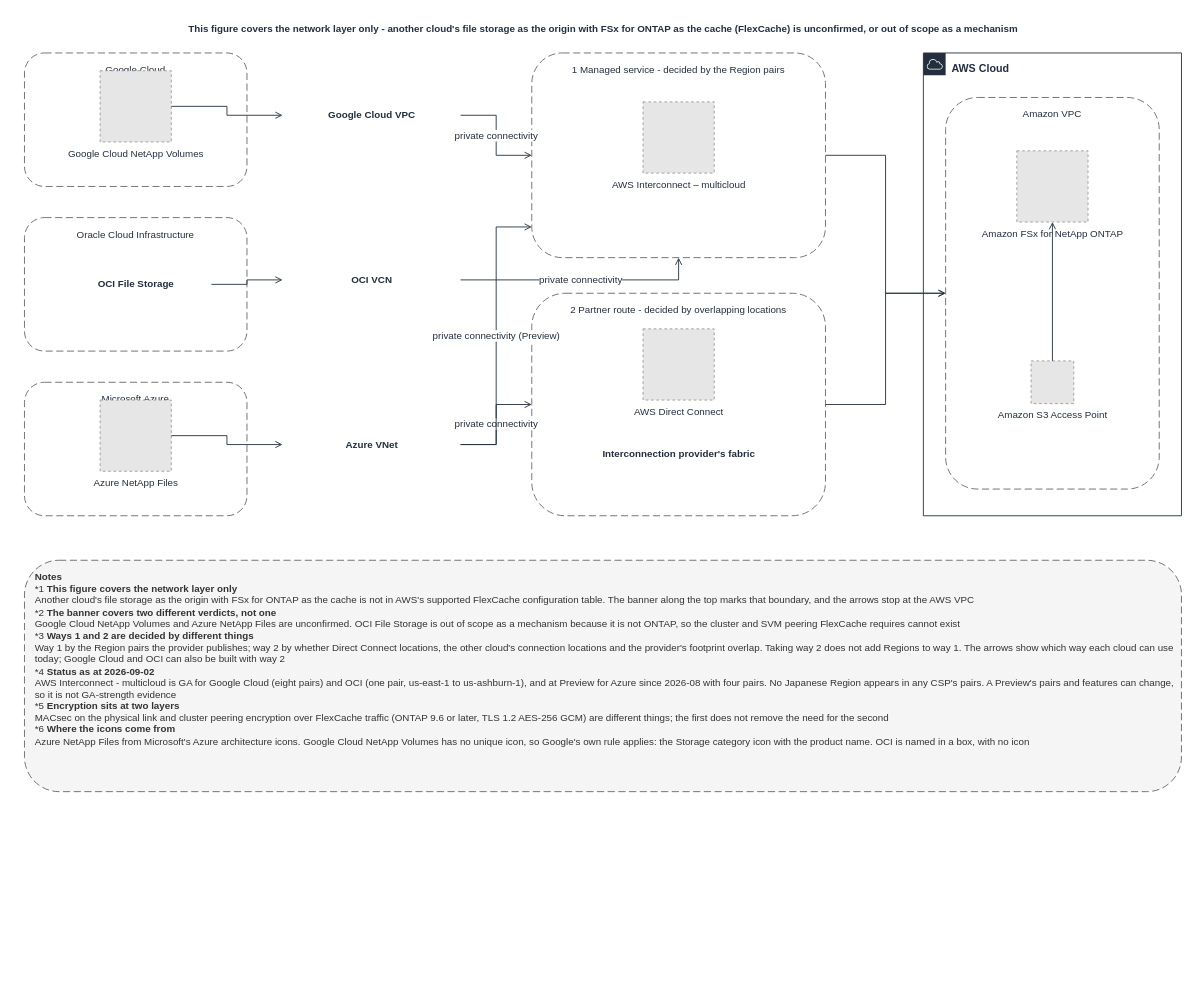
This is docs/_assets/diagrams/s3burst-cross-cloud-connectivity-en.drawio from Yoshiki0705/S3-Burst-on-ONTAP-Files, a draw.io file, before an edit. Source tidied: cells renumbered, new cells numbered last; positions are measured from the earlier drawing's top-left corner, leaving out a move shared by most shapes. Both pictures are drawn from the tidied source at 89%, with x=0, y=0 at pixel (24, 15). Pictures stored in the file or linked from it are replaced by grey dashed boxes.
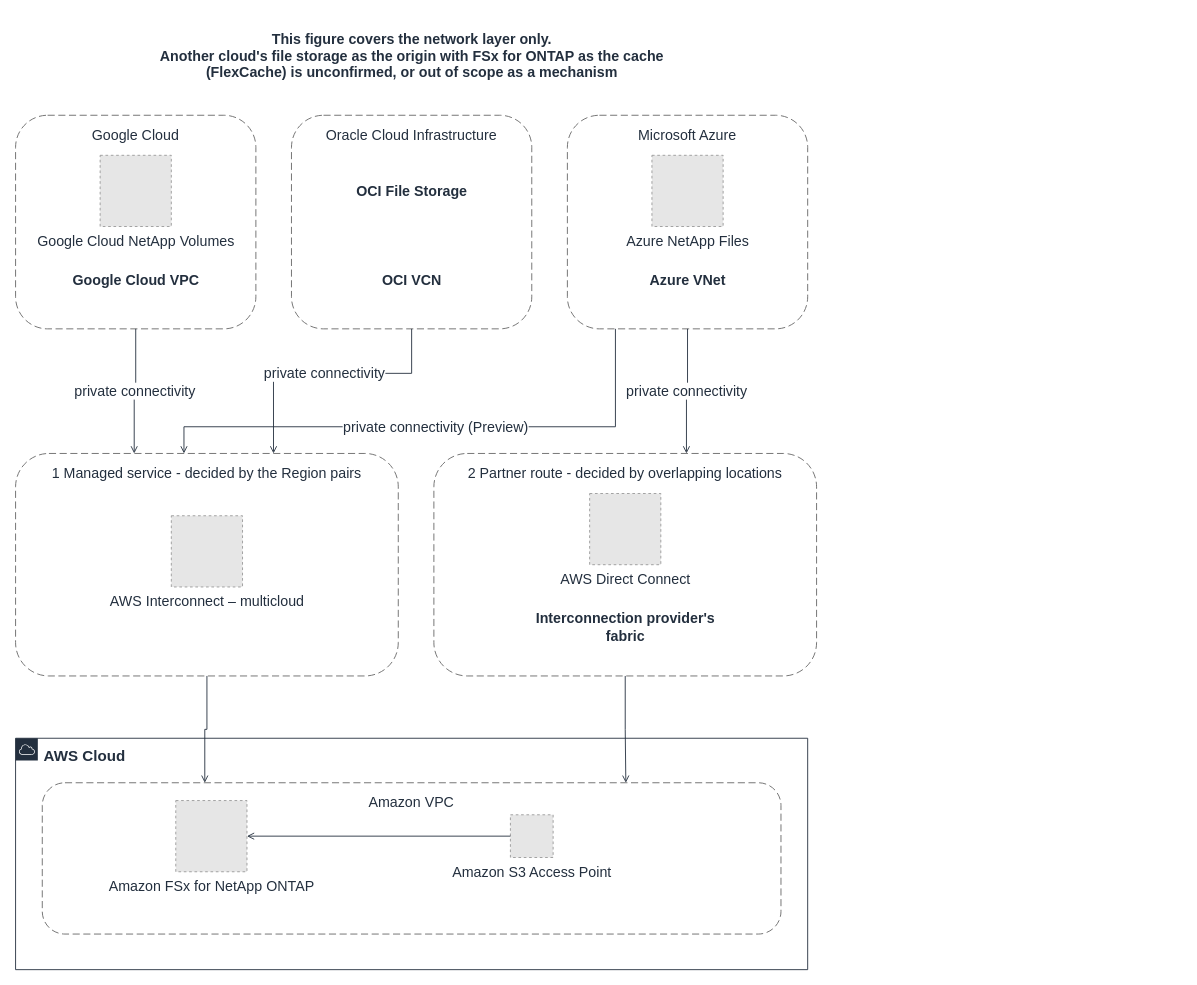
After the change.

The edit, as a diff of the source:
```diff
@@
-    <mxCell id="2" value="AWS Cloud" style="gradientColor=none;html=1;whiteSpace=wrap;fontSize=12;fontStyle=1;fontColor=#232F3E;shape=mxgraph.aws4.group;grIcon=mxgraph.aws4.group_aws_cloud;strokeColor=#232F3E;fillColor=none;verticalAlign=top;align=left;spacingLeft=30;spacingTop=4;dashed=0;" parent="1" vertex="1">
-      <mxGeometry x="1010" y="42" width="290" height="520" as="geometry" />
+    <mxCell id="2" value="AWS Cloud" style="gradientColor=none;html=1;whiteSpace=wrap;fontSize=17;fontStyle=1;fontColor=#232F3E;shape=mxgraph.aws4.group;grIcon=mxgraph.aws4.group_aws_cloud;strokeColor=#232F3E;fillColor=none;verticalAlign=top;align=left;spacingLeft=30;spacingTop=4;dashed=0;" parent="1" vertex="1">
+      <mxGeometry x="-10" y="812" width="890" height="260" as="geometry" />
     </mxCell>
-    <mxCell id="3" value="Google Cloud" style="rounded=1;whiteSpace=wrap;html=1;dashed=1;dashPattern=8 4;strokeColor=#666666;fillColor=none;fontColor=#232F3E;fontSize=11;verticalAlign=top;align=center;spacingTop=6;" parent="1" vertex="1">
-      <mxGeometry y="42" width="250" height="150" as="geometry" />
+    <mxCell id="3" value="Google Cloud" style="rounded=1;whiteSpace=wrap;html=1;dashed=1;dashPattern=8 4;strokeColor=#666666;fillColor=none;fontColor=#232F3E;fontSize=16;verticalAlign=top;align=center;spacingTop=6;" parent="1" vertex="1">
+      <mxGeometry x="-10" y="112" width="270" height="240" as="geometry" />
     </mxCell>
-    <mxCell id="4" value="Oracle Cloud Infrastructure" style="rounded=1;whiteSpace=wrap;html=1;dashed=1;dashPattern=8 4;strokeColor=#666666;fillColor=none;fontColor=#232F3E;fontSize=11;verticalAlign=top;align=center;spacingTop=6;" parent="1" vertex="1">
-      <mxGeometry y="227" width="250" height="150" as="geometry" />
+    <mxCell id="4" value="Oracle Cloud Infrastructure" style="rounded=1;whiteSpace=wrap;html=1;dashed=1;dashPattern=8 4;strokeColor=#666666;fillColor=none;fontColor=#232F3E;fontSize=16;verticalAlign=top;align=center;spacingTop=6;" parent="1" vertex="1">
+      <mxGeometry x="300" y="112" width="270" height="240" as="geometry" />
     </mxCell>
-    <mxCell id="5" value="Microsoft Azure" style="rounded=1;whiteSpace=wrap;html=1;dashed=1;dashPattern=8 4;strokeColor=#666666;fillColor=none;fontColor=#232F3E;fontSize=11;verticalAlign=top;align=center;spacingTop=6;" parent="1" vertex="1">
-      <mxGeometry y="412" width="250" height="150" as="geometry" />
+    <mxCell id="5" value="Microsoft Azure" style="rounded=1;whiteSpace=wrap;html=1;dashed=1;dashPattern=8 4;strokeColor=#666666;fillColor=none;fontColor=#232F3E;fontSize=16;verticalAlign=top;align=center;spacingTop=6;" parent="1" vertex="1">
+      <mxGeometry x="610" y="112" width="270" height="240" as="geometry" />
     </mxCell>
-    <mxCell id="6" value="1 Managed service - decided by the Region pairs" style="rounded=1;whiteSpace=wrap;html=1;dashed=1;dashPattern=8 4;strokeColor=#666666;fillColor=none;fontColor=#232F3E;fontSize=11;verticalAlign=top;align=center;spacingTop=6;" parent="1" vertex="1">
-      <mxGeometry x="570" y="42" width="330" height="230" as="geometry" />
+    <mxCell id="6" value="1 Managed service - decided by the Region pairs" style="rounded=1;whiteSpace=wrap;html=1;dashed=1;dashPattern=8 4;strokeColor=#666666;fillColor=none;fontColor=#232F3E;fontSize=16;verticalAlign=top;align=center;spacingTop=6;" parent="1" vertex="1">
+      <mxGeometry x="-10" y="492" width="430" height="250" as="geometry" />
     </mxCell>
-    <mxCell id="7" value="2 Partner route - decided by overlapping locations" style="rounded=1;whiteSpace=wrap;html=1;dashed=1;dashPattern=8 4;strokeColor=#666666;fillColor=none;fontColor=#232F3E;fontSize=11;verticalAlign=top;align=center;spacingTop=6;" parent="1" vertex="1">
-      <mxGeometry x="570" y="312" width="330" height="250" as="geometry" />
+    <mxCell id="7" value="2 Partner route - decided by overlapping locations" style="rounded=1;whiteSpace=wrap;html=1;dashed=1;dashPattern=8 4;strokeColor=#666666;fillColor=none;fontColor=#232F3E;fontSize=16;verticalAlign=top;align=center;spacingTop=6;" parent="1" vertex="1">
+      <mxGeometry x="460" y="492" width="430" height="250" as="geometry" />
     </mxCell>
-    <mxCell id="8" value="Amazon VPC" style="rounded=1;whiteSpace=wrap;html=1;dashed=1;dashPattern=8 4;strokeColor=#666666;fillColor=none;fontColor=#232F3E;fontSize=11;verticalAlign=top;align=center;spacingTop=6;" parent="1" vertex="1">
-      <mxGeometry x="1035" y="92" width="240" height="440" as="geometry" />
+    <mxCell id="8" value="Amazon VPC" style="rounded=1;whiteSpace=wrap;html=1;dashed=1;dashPattern=8 4;strokeColor=#666666;fillColor=none;fontColor=#232F3E;fontSize=16;verticalAlign=top;align=center;spacingTop=6;" parent="1" vertex="1">
+      <mxGeometry x="20" y="862" width="830" height="170" as="geometry" />
     </mxCell>
-    <mxCell id="9" value="OCI File Storage" style="text;html=1;strokeColor=none;fillColor=none;align=center;verticalAlign=middle;fontSize=11;fontStyle=1;fontColor=#232F3E;" parent="1" vertex="1">
-      <mxGeometry x="40" y="287" width="170" height="30" as="geometry" />
+    <mxCell id="9" value="OCI File Storage" style="text;html=1;strokeColor=none;fillColor=none;align=center;verticalAlign=middle;fontSize=16;fontStyle=1;fontColor=#232F3E;" parent="1" vertex="1">
+      <mxGeometry x="330" y="182" width="210" height="30" as="geometry" />
     </mxCell>
-    <mxCell id="10" value="Google Cloud VPC" style="text;html=1;strokeColor=none;fillColor=none;align=center;verticalAlign=middle;fontSize=11;fontStyle=1;fontColor=#232F3E;" parent="1" vertex="1">
-      <mxGeometry x="290" y="102" width="200" height="20" as="geometry" />
+    <mxCell id="10" value="Google Cloud VPC" style="text;html=1;strokeColor=none;fillColor=none;align=center;verticalAlign=middle;fontSize=16;fontStyle=1;fontColor=#232F3E;" parent="1" vertex="1">
+      <mxGeometry x="5" y="287" width="240" height="20" as="geometry" />
     </mxCell>
-    <mxCell id="11" value="OCI VCN" style="text;html=1;strokeColor=none;fillColor=none;align=center;verticalAlign=middle;fontSize=11;fontStyle=1;fontColor=#232F3E;" parent="1" vertex="1">
-      <mxGeometry x="290" y="287" width="200" height="20" as="geometry" />
+    <mxCell id="11" value="OCI VCN" style="text;html=1;strokeColor=none;fillColor=none;align=center;verticalAlign=middle;fontSize=16;fontStyle=1;fontColor=#232F3E;" parent="1" vertex="1">
+      <mxGeometry x="315" y="287" width="240" height="20" as="geometry" />
     </mxCell>
-    <mxCell id="12" value="Azure VNet" style="text;html=1;strokeColor=none;fillColor=none;align=center;verticalAlign=middle;fontSize=11;fontStyle=1;fontColor=#232F3E;" parent="1" vertex="1">
-      <mxGeometry x="290" y="472" width="200" height="20" as="geometry" />
+    <mxCell id="12" value="Azure VNet" style="text;html=1;strokeColor=none;fillColor=none;align=center;verticalAlign=middle;fontSize=16;fontStyle=1;fontColor=#232F3E;" parent="1" vertex="1">
+      <mxGeometry x="625" y="287" width="240" height="20" as="geometry" />
     </mxCell>
-    <mxCell id="13" value="Interconnection provider's fabric" style="text;html=1;strokeColor=none;fillColor=none;align=center;verticalAlign=middle;fontSize=11;fontStyle=1;fontColor=#232F3E;" parent="1" vertex="1">
-      <mxGeometry x="595" y="472" width="280" height="40" as="geometry" />
+    <mxCell id="13" value="Interconnection provider's&lt;br&gt;fabric" style="text;html=1;strokeColor=none;fillColor=none;align=center;verticalAlign=middle;fontSize=16;fontStyle=1;fontColor=#232F3E;" parent="1" vertex="1">
+      <mxGeometry x="505" y="662" width="340" height="50" as="geometry" />
     </mxCell>
-    <mxCell id="14" value="This figure covers the network layer only - another cloud's file storage as the origin with FSx for ONTAP as the cache (FlexCache) is unconfirmed, or out of scope as a mechanism" style="text;html=1;strokeColor=none;fillColor=none;align=center;verticalAlign=middle;fontSize=11;fontStyle=1;fontColor=#232F3E;" parent="1" vertex="1">
-      <mxGeometry width="1300" height="30" as="geometry" />
+    <mxCell id="14" value="This figure covers the network layer only.&lt;br&gt;Another cloud's file storage as the origin with FSx for ONTAP as the cache&lt;br&gt;(FlexCache) is unconfirmed, or out of scope as a mechanism" style="text;html=1;strokeColor=none;fillColor=none;align=center;verticalAlign=middle;fontSize=16;fontStyle=1;fontColor=#232F3E;" parent="1" vertex="1">
+      <mxGeometry x="-10" width="890" height="90" as="geometry" />
     </mxCell>
-    <mxCell id="15" value="Google Cloud NetApp Volumes" style="fillColor=#E6E6E6;strokeColor=#999999;dashed=1;html=1;verticalLabelPosition=bottom;verticalAlign=top;labelPosition=center;align=center;fontSize=11;fontColor=#232F3E;" parent="1" vertex="1">
-      <mxGeometry x="85" y="62" width="80" height="80" as="geometry" />
+    <mxCell id="15" value="Google Cloud NetApp Volumes" style="fillColor=#E6E6E6;strokeColor=#999999;dashed=1;html=1;verticalLabelPosition=bottom;verticalAlign=top;labelPosition=center;align=center;fontSize=16;fontColor=#232F3E;" parent="1" vertex="1">
+      <mxGeometry x="85" y="157" width="80" height="80" as="geometry" />
     </mxCell>
-    <mxCell id="16" value="Azure NetApp Files" style="fillColor=#E6E6E6;strokeColor=#999999;dashed=1;html=1;verticalLabelPosition=bottom;verticalAlign=top;labelPosition=center;align=center;fontSize=11;fontColor=#232F3E;" parent="1" vertex="1">
-      <mxGeometry x="85" y="432" width="80" height="80" as="geometry" />
+    <mxCell id="16" value="Azure NetApp Files" style="fillColor=#E6E6E6;strokeColor=#999999;dashed=1;html=1;verticalLabelPosition=bottom;verticalAlign=top;labelPosition=center;align=center;fontSize=16;fontColor=#232F3E;" parent="1" vertex="1">
+      <mxGeometry x="705" y="157" width="80" height="80" as="geometry" />
     </mxCell>
-    <mxCell id="17" value="AWS Interconnect – multicloud" style="fillColor=#E6E6E6;strokeColor=#999999;dashed=1;html=1;verticalLabelPosition=bottom;verticalAlign=top;labelPosition=center;align=center;fontSize=11;fontColor=#232F3E;" parent="1" vertex="1">
-      <mxGeometry x="695" y="97" width="80" height="80" as="geometry" />
+    <mxCell id="17" value="AWS Interconnect – multicloud" style="fillColor=#E6E6E6;strokeColor=#999999;dashed=1;html=1;verticalLabelPosition=bottom;verticalAlign=top;labelPosition=center;align=center;fontSize=16;fontColor=#232F3E;" parent="1" vertex="1">
+      <mxGeometry x="165" y="562" width="80" height="80" as="geometry" />
     </mxCell>
-    <mxCell id="18" value="AWS Direct Connect" style="fillColor=#E6E6E6;strokeColor=#999999;dashed=1;html=1;verticalLabelPosition=bottom;verticalAlign=top;labelPosition=center;align=center;fontSize=11;fontColor=#232F3E;" parent="1" vertex="1">
-      <mxGeometry x="695" y="352" width="80" height="80" as="geometry" />
+    <mxCell id="18" value="AWS Direct Connect" style="fillColor=#E6E6E6;strokeColor=#999999;dashed=1;html=1;verticalLabelPosition=bottom;verticalAlign=top;labelPosition=center;align=center;fontSize=16;fontColor=#232F3E;" parent="1" vertex="1">
+      <mxGeometry x="635" y="537" width="80" height="80" as="geometry" />
     </mxCell>
-    <mxCell id="19" value="Amazon FSx for NetApp ONTAP" style="fillColor=#E6E6E6;strokeColor=#999999;dashed=1;html=1;verticalLabelPosition=bottom;verticalAlign=top;labelPosition=center;align=center;fontSize=11;fontColor=#232F3E;" parent="1" vertex="1">
-      <mxGeometry x="1115" y="152" width="80" height="80" as="geometry" />
+    <mxCell id="19" value="Amazon FSx for NetApp ONTAP" style="fillColor=#E6E6E6;strokeColor=#999999;dashed=1;html=1;verticalLabelPosition=bottom;verticalAlign=top;labelPosition=center;align=center;fontSize=16;fontColor=#232F3E;" parent="1" vertex="1">
+      <mxGeometry x="170" y="882" width="80" height="80" as="geometry" />
     </mxCell>
-    <mxCell id="20" value="Amazon S3 Access Point" style="fillColor=#E6E6E6;strokeColor=#999999;dashed=1;html=1;verticalLabelPosition=bottom;verticalAlign=top;labelPosition=center;align=center;fontSize=11;fontColor=#232F3E;" parent="1" vertex="1">
-      <mxGeometry x="1131" y="388" width="48" height="48" as="geometry" />
+    <mxCell id="20" value="Amazon S3 Access Point" style="fillColor=#E6E6E6;strokeColor=#999999;dashed=1;html=1;verticalLabelPosition=bottom;verticalAlign=top;labelPosition=center;align=center;fontSize=16;fontColor=#232F3E;" parent="1" vertex="1">
+      <mxGeometry x="546" y="898" width="48" height="48" as="geometry" />
     </mxCell>
-    <mxCell id="21" style="edgeStyle=orthogonalEdgeStyle;rounded=0;html=1;endArrow=open;endFill=0;strokeColor=#232F3E;strokeWidth=1;fontSize=11;fontColor=#232F3E;" parent="1" edge="1" source="15" target="10">
-      <mxGeometry relative="1" as="geometry" />
-    </mxCell>
-    <mxCell id="22" style="edgeStyle=orthogonalEdgeStyle;rounded=0;html=1;endArrow=open;endFill=0;strokeColor=#232F3E;strokeWidth=1;fontSize=11;fontColor=#232F3E;" parent="1" edge="1" source="16" target="12">
-      <mxGeometry relative="1" as="geometry" />
-    </mxCell>
-    <mxCell id="23" style="edgeStyle=orthogonalEdgeStyle;rounded=0;html=1;endArrow=open;endFill=0;strokeColor=#232F3E;strokeWidth=1;fontSize=11;fontColor=#232F3E;" parent="1" edge="1" source="9" target="11">
-      <mxGeometry relative="1" as="geometry" />
-    </mxCell>
-    <mxCell id="24" value="private connectivity" style="edgeStyle=orthogonalEdgeStyle;rounded=0;html=1;endArrow=open;endFill=0;strokeColor=#232F3E;strokeWidth=1;fontSize=11;fontColor=#232F3E;" parent="1" edge="1" source="10" target="6">
+    <mxCell id="24" value="private connectivity" style="edgeStyle=orthogonalEdgeStyle;rounded=0;html=1;endArrow=open;endFill=0;strokeColor=#232F3E;strokeWidth=1;fontSize=16;fontColor=#232F3E;exitX=0.5;exitY=1;exitDx=0;exitDy=0;entryX=0.31;entryY=0;entryDx=0;entryDy=0;" parent="1" edge="1" source="3" target="6">
       <mxGeometry relative="1" as="geometry" />
     </mxCell>
-    <mxCell id="25" value="private connectivity" style="edgeStyle=orthogonalEdgeStyle;rounded=0;html=1;endArrow=open;endFill=0;strokeColor=#232F3E;strokeWidth=1;fontSize=11;fontColor=#232F3E;" parent="1" edge="1" source="11" target="6">
-      <mxGeometry relative="1" as="geometry" />
+    <mxCell id="25" value="private connectivity" style="edgeStyle=orthogonalEdgeStyle;rounded=0;html=1;endArrow=open;endFill=0;strokeColor=#232F3E;strokeWidth=1;fontSize=16;fontColor=#232F3E;exitX=0.5;exitY=1;exitDx=0;exitDy=0;entryX=0.674;entryY=0;entryDx=0;entryDy=0;" parent="1" edge="1" source="4" target="6">
+      <mxGeometry relative="1" as="geometry">
+        <Array as="points">
+          <mxPoint x="435" y="402" />
+          <mxPoint x="280" y="402" />
+        </Array>
+      </mxGeometry>
     </mxCell>
-    <mxCell id="26" value="private connectivity" style="edgeStyle=orthogonalEdgeStyle;rounded=0;html=1;endArrow=open;endFill=0;strokeColor=#232F3E;strokeWidth=1;fontSize=11;fontColor=#232F3E;" parent="1" edge="1" source="12" target="7">
+    <mxCell id="26" value="private connectivity" style="edgeStyle=orthogonalEdgeStyle;rounded=0;html=1;endArrow=open;endFill=0;strokeColor=#232F3E;strokeWidth=1;fontSize=16;fontColor=#232F3E;exitX=0.5;exitY=1;exitDx=0;exitDy=0;entryX=0.66;entryY=0;entryDx=0;entryDy=0;" parent="1" edge="1" source="5" target="7">
       <mxGeometry relative="1" as="geometry" />
     </mxCell>
-    <mxCell id="27" value="private connectivity (Preview)" style="edgeStyle=orthogonalEdgeStyle;rounded=0;html=1;endArrow=open;endFill=0;strokeColor=#232F3E;strokeWidth=1;fontSize=11;fontColor=#232F3E;entryX=0.0;entryY=0.85;entryDx=0;entryDy=0;" parent="1" edge="1" source="12" target="6">
-      <mxGeometry relative="1" as="geometry" />
+    <mxCell id="27" value="private connectivity (Preview)" style="edgeStyle=orthogonalEdgeStyle;rounded=0;html=1;endArrow=open;endFill=0;strokeColor=#232F3E;strokeWidth=1;fontSize=16;fontColor=#232F3E;exitX=0.2;exitY=1;exitDx=0;exitDy=0;entryX=0.44;entryY=0;entryDx=0;entryDy=0;" parent="1" edge="1" source="5" target="6">
+      <mxGeometry relative="1" as="geometry">
+        <Array as="points">
+          <mxPoint x="664" y="462" />
+          <mxPoint x="180" y="462" />
+        </Array>
+      </mxGeometry>
     </mxCell>
-    <mxCell id="28" style="edgeStyle=orthogonalEdgeStyle;rounded=0;html=1;endArrow=open;endFill=0;strokeColor=#232F3E;strokeWidth=1;fontSize=11;fontColor=#232F3E;" parent="1" edge="1" source="6" target="8">
+    <mxCell id="28" style="edgeStyle=orthogonalEdgeStyle;rounded=0;html=1;endArrow=open;endFill=0;strokeColor=#232F3E;strokeWidth=1;fontSize=16;fontColor=#232F3E;exitX=0.5;exitY=1;exitDx=0;exitDy=0;entryX=0.22;entryY=0;entryDx=0;entryDy=0;" parent="1" edge="1" source="6" target="8">
       <mxGeometry relative="1" as="geometry" />
     </mxCell>
-    <mxCell id="29" style="edgeStyle=orthogonalEdgeStyle;rounded=0;html=1;endArrow=open;endFill=0;strokeColor=#232F3E;strokeWidth=1;fontSize=11;fontColor=#232F3E;" parent="1" edge="1" source="7" target="8">
+    <mxCell id="29" style="edgeStyle=orthogonalEdgeStyle;rounded=0;html=1;endArrow=open;endFill=0;strokeColor=#232F3E;strokeWidth=1;fontSize=16;fontColor=#232F3E;exitX=0.5;exitY=1;exitDx=0;exitDy=0;entryX=0.79;entryY=0;entryDx=0;entryDy=0;" parent="1" edge="1" source="7" target="8">
       <mxGeometry relative="1" as="geometry" />
     </mxCell>
-    <mxCell id="30" style="edgeStyle=orthogonalEdgeStyle;rounded=0;html=1;endArrow=open;endFill=0;strokeColor=#232F3E;strokeWidth=1;fontSize=11;fontColor=#232F3E;" parent="1" edge="1" source="20" target="19">
+    <mxCell id="30" style="edgeStyle=orthogonalEdgeStyle;rounded=0;html=1;endArrow=open;endFill=0;strokeColor=#232F3E;strokeWidth=1;fontSize=16;fontColor=#232F3E;" parent="1" edge="1" source="20" target="19">
       <mxGeometry relative="1" as="geometry" />
     </mxCell>
-    <mxCell id="31" value="&lt;b&gt;Notes&lt;/b&gt;&lt;br&gt;*1 &lt;b&gt;This figure covers the network layer only&lt;/b&gt;&lt;br&gt;Another cloud's file storage as the origin with FSx for ONTAP as the cache is not in AWS's supported FlexCache configuration table. The banner along the top marks that boundary, and the arrows stop at the AWS VPC&lt;br&gt;*2 &lt;b&gt;The banner covers two different verdicts, not one&lt;/b&gt;&lt;br&gt;Google Cloud NetApp Volumes and Azure NetApp Files are unconfirmed. OCI File Storage is out of scope as a mechanism because it is not ONTAP, so the cluster and SVM peering FlexCache requires cannot exist&lt;br&gt;*3 &lt;b&gt;Ways 1 and 2 are decided by different things&lt;/b&gt;&lt;br&gt;Way 1 by the Region pairs the provider publishes; way 2 by whether Direct Connect locations, the other cloud's connection locations and the provider's footprint overlap. Taking way 2 does not add Regions to way 1. The arrows show which way each cloud can use today; Google Cloud and OCI can also be built with way 2&lt;br&gt;*4 &lt;b&gt;Status as at 2026-09-02&lt;/b&gt;&lt;br&gt;AWS Interconnect - multicloud is GA for Google Cloud (eight pairs) and OCI (one pair, us-east-1 to us-ashburn-1), and at Preview for Azure since 2026-08 with four pairs. No Japanese Region appears in any CSP's pairs. A Preview's pairs and features can change, so it is not GA-strength evidence&lt;br&gt;*5 &lt;b&gt;Encryption sits at two layers&lt;/b&gt;&lt;br&gt;MACsec on the physical link and cluster peering encryption over FlexCache traffic (ONTAP 9.6 or later, TLS 1.2 AES-256 GCM) are different things; the first does not remove the need for the second&lt;br&gt;*6 &lt;b&gt;Where the icons come from&lt;/b&gt;&lt;br&gt;Azure NetApp Files from Microsoft's Azure architecture icons. Google Cloud NetApp Volumes has no unique icon, so Google's own rule applies: the Storage category icon with the product name. OCI is named in a box, with no icon" style="rounded=1;whiteSpace=wrap;html=1;dashed=1;dashPattern=8 4;strokeColor=#666666;fillColor=#F5F5F5;fontColor=#333333;fontSize=11;align=left;verticalAlign=top;spacingLeft=10;spacingTop=6;" parent="1" vertex="1">
-      <mxGeometry y="612" width="1300" height="260" as="geometry" />
-    </mxCell>
```
